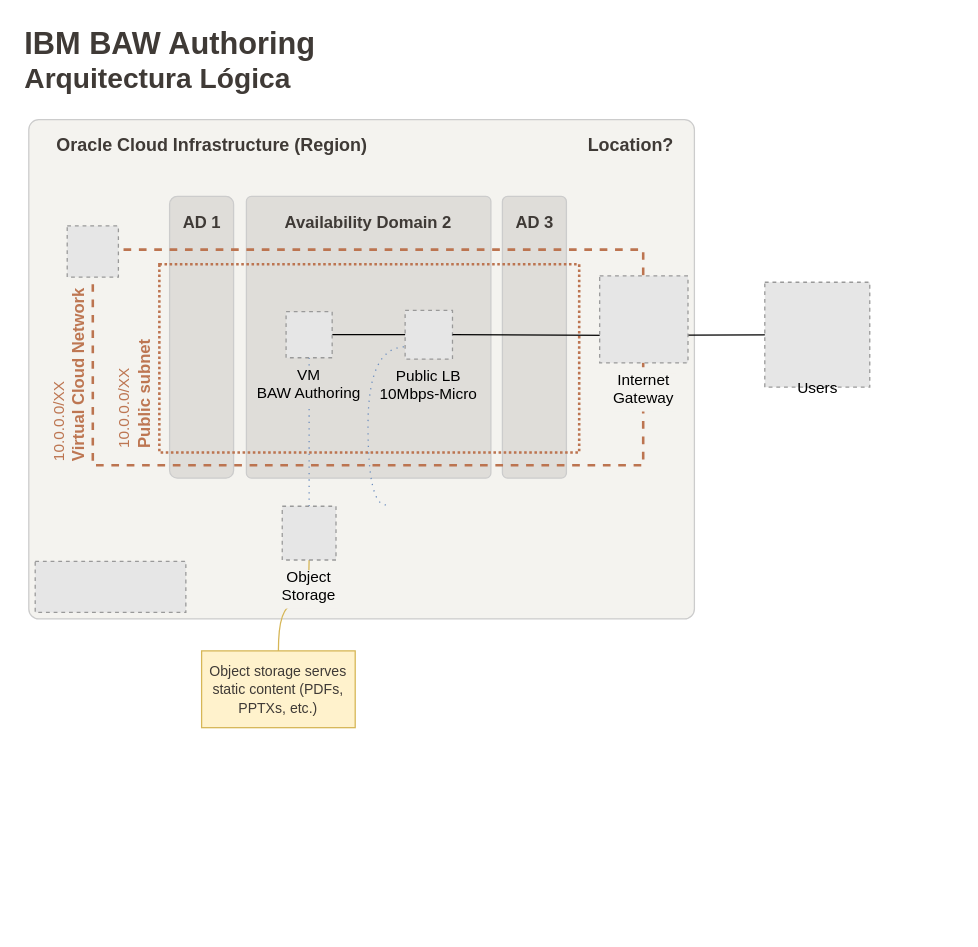
carlosjuibm/analytic_tools keeps this draw.io diagram as 20210926 BCH BAW Authoring.drawio. Above is the earlier version. Source tidied: cells renumbered, new cells numbered last; positions are measured from the earlier drawing's top-left corner, leaving out a move shared by most shapes. Both pictures are drawn from the tidied source at 128%, with x=0, y=0 at pixel (-28, 22). Pictures stored in the file or linked from it are replaced by grey dashed boxes.
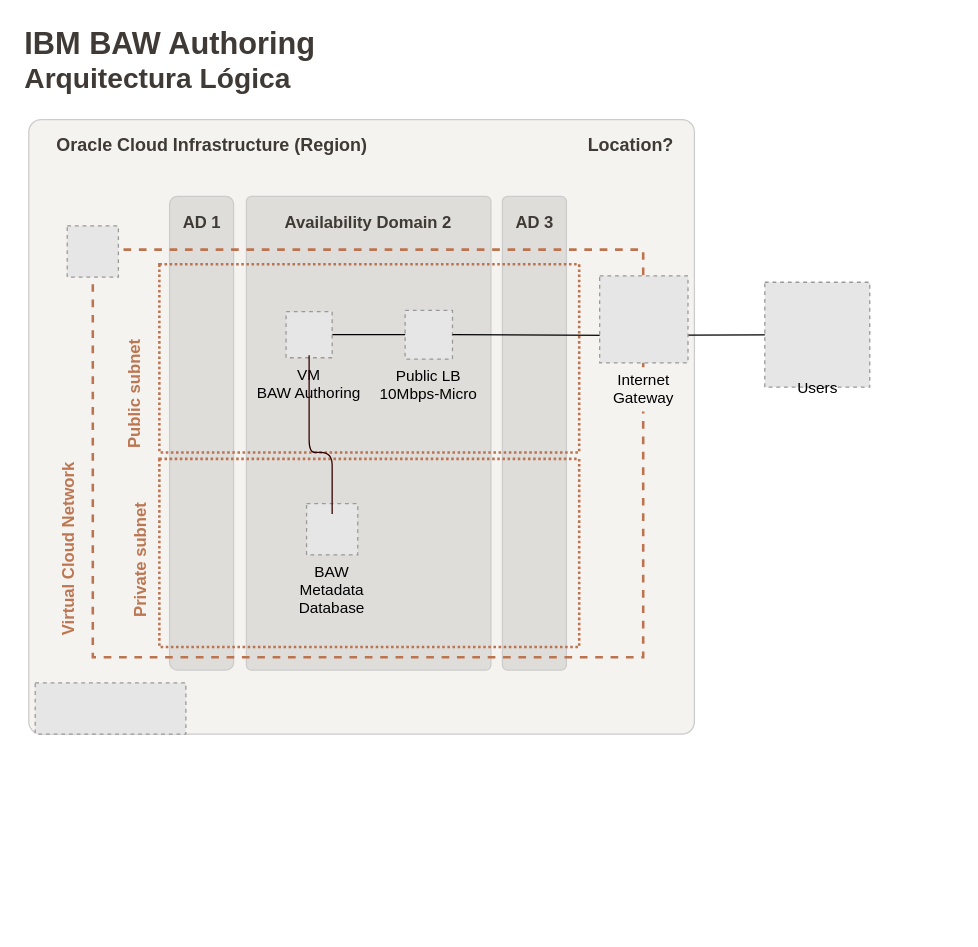
Above is the later version.

The change refers to these unchanged cells:
```xml
<mxCell id="24" value="Public LB&#10;10Mbps-Micro" style="fillColor=#E6E6E6;strokeColor=#999999;dashed=1;verticalLabelPosition=bottom;verticalAlign=top;labelBackgroundColor=none;align=center;" parent="18" vertex="1">
  <mxGeometry x="338" y="225" width="37" height="38" as="geometry" />
</mxCell>
<mxCell id="30" value="VM&#10;BAW Authoring" style="fillColor=#E6E6E6;strokeColor=#999999;dashed=1;verticalLabelPosition=bottom;verticalAlign=top;labelBackgroundColor=#dfddd9;" parent="27" vertex="1">
  <mxGeometry x="245" y="226" width="36" height="36" as="geometry" />
</mxCell>
```

The edit, as a diff of the source:
```diff
@@
     <mxCell id="2" style="rounded=1;whiteSpace=wrap;html=1;strokeColor=#CCCCCC;arcSize=2;fillColor=#f4f3ef;" parent="1" vertex="1">
-      <mxGeometry x="44" y="76" width="520" height="390" as="geometry" />
+      <mxGeometry x="44" y="76" width="520" height="480" as="geometry" />
     </mxCell>
@@
     <mxCell id="6" style="fillColor=#E6E6E6;strokeColor=#999999;dashed=1;verticalLabelPosition=bottom;labelBackgroundColor=#ffffff;verticalAlign=top;" parent="1" vertex="1">
-      <mxGeometry x="49" y="421" width="117.7" height="40" as="geometry" />
+      <mxGeometry x="49" y="516" width="117.7" height="40" as="geometry" />
     </mxCell>
@@
+    <mxCell id="10" style="rounded=1;whiteSpace=wrap;html=1;strokeColor=#CCCCCC;arcSize=2;fillColor=#DFDDD9;" parent="7" vertex="1">
+      <mxGeometry x="214" y="136" width="191" height="370" as="geometry" />
+    </mxCell>
     <mxCell id="8" style="rounded=1;whiteSpace=wrap;html=1;strokeColor=#CCCCCC;arcSize=12;fillColor=#DFDDD9;" parent="7" vertex="1">
-      <mxGeometry x="154" y="136" width="50" height="220" as="geometry" />
+      <mxGeometry x="154" y="136" width="50" height="370" as="geometry" />
     </mxCell>
@@
-    <mxCell id="10" style="rounded=1;whiteSpace=wrap;html=1;strokeColor=#CCCCCC;arcSize=2;fillColor=#DFDDD9;" parent="7" vertex="1">
-      <mxGeometry x="214" y="136" width="191" height="220" as="geometry" />
-    </mxCell>
@@
     <mxCell id="12" style="rounded=1;whiteSpace=wrap;html=1;strokeColor=#CCCCCC;arcSize=8;fillColor=#DFDDD9;" parent="7" vertex="1">
-      <mxGeometry x="414" y="136" width="50" height="220" as="geometry" />
+      <mxGeometry x="414" y="136" width="50" height="370" as="geometry" />
     </mxCell>
@@
-    <mxCell id="16" value="&lt;font color=&quot;#3f3a36&quot; style=&quot;font-size: 11px&quot;&gt;Object storage serves&lt;br&gt;static content (PDFs, PPTXs, etc.)&lt;/font&gt;" style="whiteSpace=wrap;html=1;labelBackgroundColor=none;fillColor=#fff2cc;strokeColor=#d6b656;" parent="14" vertex="1">
-      <mxGeometry x="179" y="491" width="120" height="60" as="geometry" />
-    </mxCell>
-    <mxCell id="17" style="edgeStyle=orthogonalEdgeStyle;curved=1;jettySize=auto;html=1;exitX=0.25;exitY=0;exitDx=0;exitDy=0;entryX=0;entryY=0.75;entryDx=0;entryDy=0;startArrow=none;startFill=0;endArrow=none;endFill=0;strokeColor=#6c8ebf;fillColor=#dae8fc;dashed=1;dashPattern=1 4;" parent="14" edge="1" target="24">
-      <mxGeometry relative="1" as="geometry">
-        <mxPoint x="323" y="377" as="sourcePoint" />
-        <Array as="points">
-          <mxPoint x="309" y="377" />
-          <mxPoint x="309" y="254" />
-        </Array>
-      </mxGeometry>
-    </mxCell>
@@
-    <mxCell id="19" value="&lt;div style=&quot;text-align: left&quot;&gt;&lt;span style=&quot;color: rgb(189 , 118 , 82)&quot;&gt;10.0.0.0/XX&lt;/span&gt;&lt;b style=&quot;font-size: 13px ; color: rgb(189 , 118 , 82)&quot;&gt;&lt;br&gt;&lt;/b&gt;&lt;/div&gt;&lt;div style=&quot;text-align: left&quot;&gt;&lt;b style=&quot;font-size: 13px ; color: rgb(189 , 118 , 82)&quot;&gt;Virtual Cloud Network&lt;/b&gt;&lt;/div&gt;" style="text;html=1;align=center;verticalAlign=middle;rotation=-90;" parent="18" vertex="1">
-      <mxGeometry y="261" width="150" height="30" as="geometry" />
+    <mxCell id="19" value="&lt;div style=&quot;text-align: left&quot;&gt;&lt;b style=&quot;font-size: 13px ; color: rgb(189 , 118 , 82)&quot;&gt;Virtual Cloud Network&lt;/b&gt;&lt;br&gt;&lt;/div&gt;" style="text;html=1;align=center;verticalAlign=middle;rotation=-90;" parent="18" vertex="1">
+      <mxGeometry y="402" width="150" height="20" as="geometry" />
     </mxCell>
     <mxCell id="20" style="rounded=0;whiteSpace=wrap;html=1;fillColor=none;dashed=1;strokeWidth=2;strokeColor=#BC7450;" parent="18" vertex="1">
-      <mxGeometry x="94" y="177.5" width="430" height="168.5" as="geometry" />
+      <mxGeometry x="94" y="177.5" width="430" height="318.5" as="geometry" />
     </mxCell>
@@
-    <mxCell id="22" value="&lt;span style=&quot;color: rgb(189 , 118 , 82)&quot;&gt;10.0.0.0/XX&lt;/span&gt;&lt;font color=&quot;#bd7652&quot;&gt;&lt;span style=&quot;font-size: 13px&quot;&gt;&lt;b&gt;&lt;br&gt;Public subnet&lt;/b&gt;&lt;/span&gt;&lt;/font&gt;" style="text;html=1;align=left;verticalAlign=middle;rotation=-90;" parent="18" vertex="1">
-      <mxGeometry x="76" y="270" width="100" height="30" as="geometry" />
+    <mxCell id="22" value="&lt;font color=&quot;#bd7652&quot;&gt;&lt;span style=&quot;font-size: 13px&quot;&gt;&lt;b&gt;Public subnet&lt;/b&gt;&lt;/span&gt;&lt;/font&gt;" style="text;html=1;align=left;verticalAlign=middle;rotation=-90;" parent="18" vertex="1">
+      <mxGeometry x="76" y="275" width="100" height="20" as="geometry" />
     </mxCell>
@@
+    <mxCell id="35" style="rounded=0;whiteSpace=wrap;html=1;fillColor=none;dashed=1;strokeWidth=2;strokeColor=#BC7450;dashPattern=1 1;" parent="18" vertex="1">
+      <mxGeometry x="146" y="341" width="328" height="147" as="geometry" />
+    </mxCell>
+    <mxCell id="36" value="&lt;font color=&quot;#bd7652&quot;&gt;&lt;span style=&quot;font-size: 13px&quot;&gt;&lt;b&gt;Private subnet&lt;/b&gt;&lt;/span&gt;&lt;/font&gt;" style="text;html=1;align=left;verticalAlign=middle;rotation=-90;" parent="18" vertex="1">
+      <mxGeometry x="76" y="402" width="110" height="20" as="geometry" />
+    </mxCell>
@@
-    <mxCell id="28" style="edgeStyle=orthogonalEdgeStyle;rounded=0;jettySize=auto;html=1;exitX=0.5;exitY=1;exitDx=0;exitDy=0;entryX=0.5;entryY=0;entryDx=0;entryDy=0;endArrow=none;endFill=0;dashed=1;fillColor=#dae8fc;strokeColor=#6c8ebf;dashPattern=1 4;" parent="27" edge="1" source="30" target="34">
-      <mxGeometry relative="1" as="geometry" />
-    </mxCell>
@@
-    <mxCell id="33" style="edgeStyle=orthogonalEdgeStyle;jettySize=auto;html=1;exitX=0.5;exitY=1;exitDx=0;exitDy=0;entryX=0.5;entryY=0;entryDx=0;entryDy=0;startArrow=none;startFill=0;endArrow=none;endFill=0;strokeColor=#d6b656;fillColor=#fff2cc;curved=1;" parent="27" edge="1" source="34" target="16">
-      <mxGeometry relative="1" as="geometry" />
-    </mxCell>
-    <mxCell id="34" value="Object &#10;Storage" style="fillColor=#E6E6E6;strokeColor=#999999;dashed=1;verticalLabelPosition=bottom;verticalAlign=top;labelBackgroundColor=#F4F3EF;" parent="27" vertex="1">
-      <mxGeometry x="242" y="378" width="42" height="42" as="geometry" />
-    </mxCell>
+    <mxCell id="37" value="BAW&#10;Metadata&#10;Database" style="fillColor=#E6E6E6;strokeColor=#999999;dashed=1;verticalLabelPosition=bottom;verticalAlign=top;" parent="27" vertex="1">
+      <mxGeometry x="261" y="376" width="40" height="40" as="geometry" />
+    </mxCell>
+    <mxCell id="38" style="edgeStyle=orthogonalEdgeStyle;orthogonalLoop=1;jettySize=auto;html=1;startArrow=none;startFill=0;endArrow=none;endFill=0;strokeColor=#330000;entryX=0.463;entryY=1.05;entryDx=0;entryDy=0;entryPerimeter=0;" parent="27" edge="1">
+      <mxGeometry relative="1" as="geometry">
+        <mxPoint x="281" y="384" as="sourcePoint" />
+        <mxPoint x="263" y="260" as="targetPoint" />
+        <Array as="points">
+          <mxPoint x="280.8" y="336" />
+          <mxPoint x="262.8" y="336" />
+        </Array>
+      </mxGeometry>
+    </mxCell>
```
